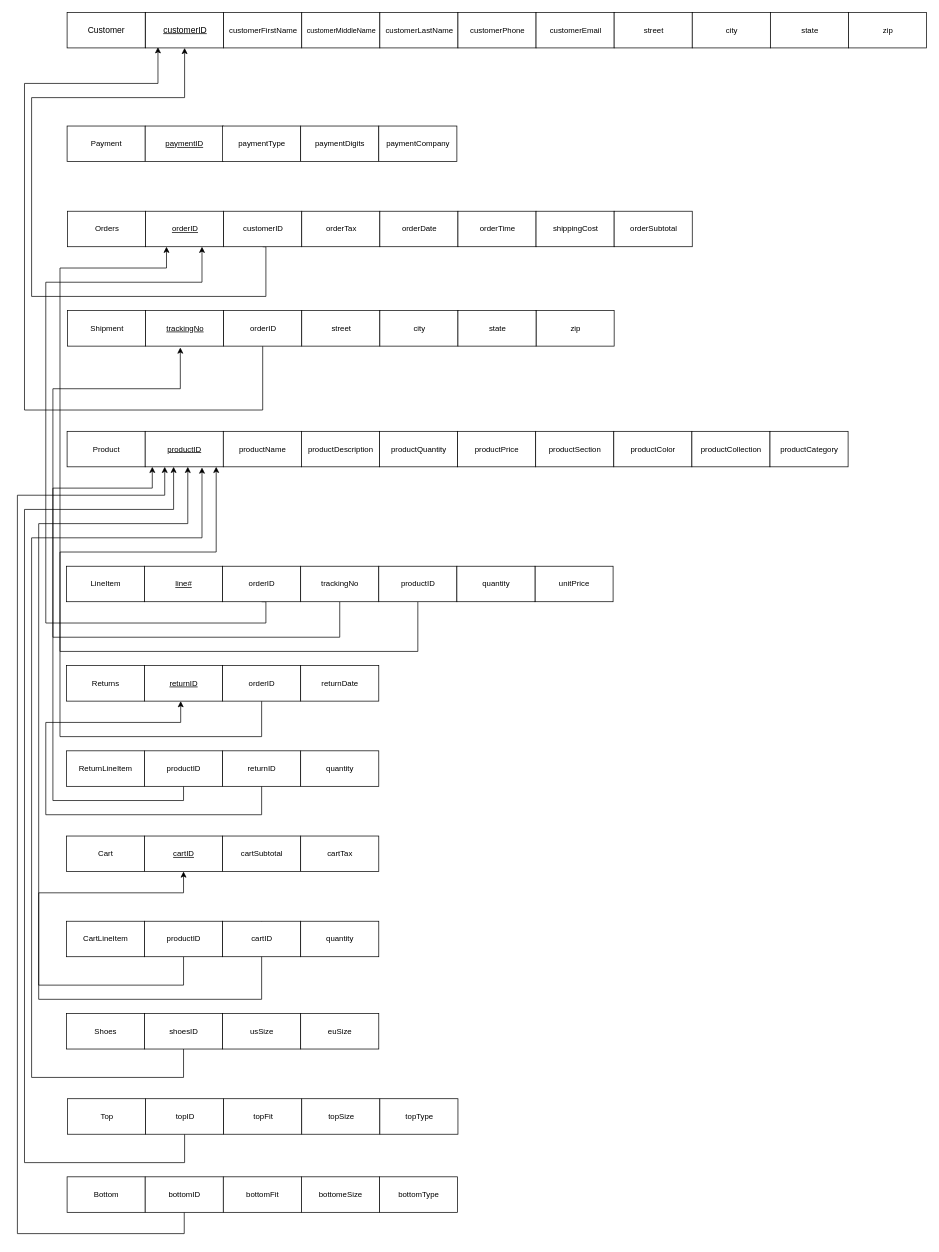
Before: Referential Integrity Diagram V2.drawio in avivfaraj/INFO605-Project, a draw.io diagram. Source tidied: cells renumbered, new cells numbered last; positions are measured from the earlier drawing's top-left corner, leaving out a move shared by most shapes. Both pictures are drawn from the tidied source at 71%, with x=0, y=0 at pixel (17, 12).
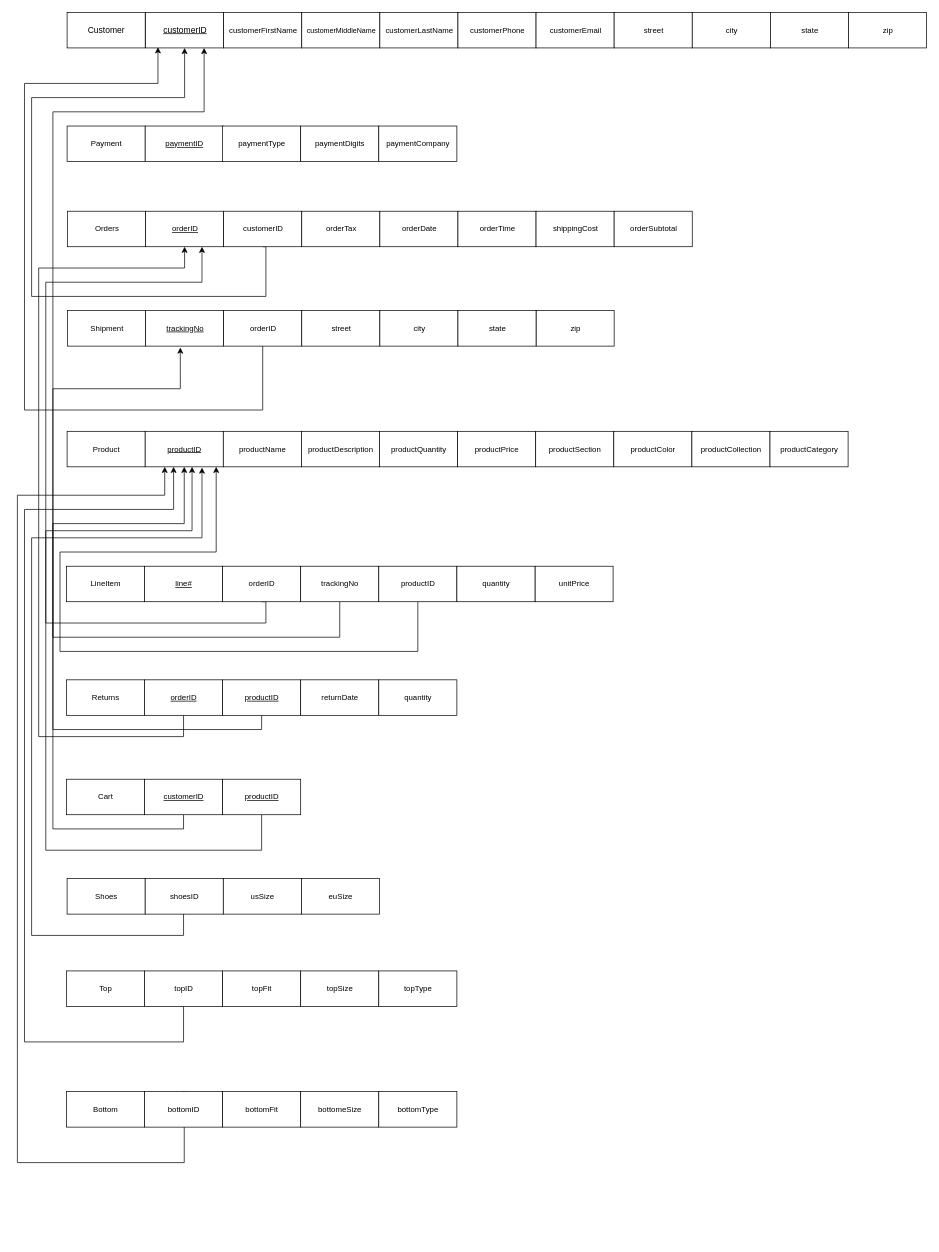
The same diagram, later.

Unchanged cells that the change refers to:
```xml
<mxCell id="3" value="&lt;u&gt;customerID&lt;/u&gt;" style="html=1;" parent="1" vertex="1">
  <mxGeometry x="180.5" width="110" height="50" as="geometry" />
</mxCell>
<mxCell id="19" value="&lt;u&gt;orderID&lt;/u&gt;" style="html=1;fontSize=11;" parent="1" vertex="1">
  <mxGeometry x="180.5" y="280" width="110" height="50" as="geometry" />
</mxCell>
<mxCell id="80" value="&lt;u&gt;productID&lt;/u&gt;" style="html=1;fontSize=11;" parent="1" vertex="1">
  <mxGeometry x="180" y="590" width="110" height="50" as="geometry" />
</mxCell>
```

Diff of the diagram source:
```diff
@@
     <mxCell id="45" value="Returns" style="html=1;fontSize=11;" parent="1" vertex="1">
-      <mxGeometry x="69" y="920" width="110" height="50" as="geometry" />
+      <mxGeometry x="69" y="940" width="110" height="50" as="geometry" />
     </mxCell>
+    <mxCell id="93" style="edgeStyle=orthogonalEdgeStyle;rounded=0;jettySize=auto;html=1;exitX=0.5;exitY=1;exitDx=0;exitDy=0;entryX=0.5;entryY=1;entryDx=0;entryDy=0;" parent="1" edge="1" source="46" target="19">
+      <mxGeometry relative="1" as="geometry">
+        <Array as="points">
+          <mxPoint x="234" y="1020" />
+          <mxPoint x="30" y="1020" />
+          <mxPoint x="30" y="360" />
+          <mxPoint x="236" y="360" />
+        </Array>
+      </mxGeometry>
+    </mxCell>
-    <mxCell id="46" value="&lt;u&gt;returnID&lt;/u&gt;" style="html=1;fontSize=11;" parent="1" vertex="1">
-      <mxGeometry x="179" y="920" width="110" height="50" as="geometry" />
+    <mxCell id="46" value="&lt;u&gt;orderID&lt;/u&gt;" style="html=1;fontSize=11;" parent="1" vertex="1">
+      <mxGeometry x="179" y="940" width="110" height="50" as="geometry" />
     </mxCell>
-    <mxCell id="47" style="edgeStyle=orthogonalEdgeStyle;rounded=0;jettySize=auto;html=1;exitX=0.5;exitY=1;exitDx=0;exitDy=0;" parent="1" edge="1" source="48" target="19">
-      <mxGeometry relative="1" as="geometry">
-        <Array as="points">
-          <mxPoint x="344" y="1020" />
-          <mxPoint x="60" y="1020" />
-          <mxPoint x="60" y="360" />
-          <mxPoint x="210" y="360" />
-        </Array>
-      </mxGeometry>
-    </mxCell>
+    <mxCell id="94" style="edgeStyle=orthogonalEdgeStyle;rounded=0;jettySize=auto;html=1;exitX=0.5;exitY=1;exitDx=0;exitDy=0;entryX=0.5;entryY=1;entryDx=0;entryDy=0;" parent="1" edge="1" source="48" target="80">
+      <mxGeometry relative="1" as="geometry">
+        <Array as="points">
+          <mxPoint x="344" y="1010" />
+          <mxPoint x="50" y="1010" />
+          <mxPoint x="50" y="720" />
+          <mxPoint x="235" y="720" />
+        </Array>
+      </mxGeometry>
+    </mxCell>
-    <mxCell id="48" value="orderID" style="html=1;fontSize=11;" parent="1" vertex="1">
-      <mxGeometry x="289" y="920" width="110" height="50" as="geometry" />
+    <mxCell id="48" value="&lt;u&gt;productID&lt;/u&gt;" style="html=1;fontSize=11;" parent="1" vertex="1">
+      <mxGeometry x="289" y="940" width="110" height="50" as="geometry" />
     </mxCell>
     <mxCell id="49" value="returnDate" style="html=1;fontSize=11;" parent="1" vertex="1">
-      <mxGeometry x="399" y="920" width="110" height="50" as="geometry" />
+      <mxGeometry x="399" y="940" width="110" height="50" as="geometry" />
     </mxCell>
-    <mxCell id="50" value="ReturnLineItem" style="html=1;fontSize=11;" parent="1" vertex="1">
-      <mxGeometry x="69" y="1040" width="110" height="50" as="geometry" />
-    </mxCell>
-    <mxCell id="51" style="edgeStyle=orthogonalEdgeStyle;rounded=0;jettySize=auto;html=1;exitX=0.5;exitY=1;exitDx=0;exitDy=0;" parent="1" edge="1" source="52" target="80">
-      <mxGeometry relative="1" as="geometry">
-        <Array as="points">
-          <mxPoint x="234" y="1110" />
-          <mxPoint x="50" y="1110" />
-          <mxPoint x="50" y="670" />
-          <mxPoint x="190" y="670" />
-        </Array>
-      </mxGeometry>
-    </mxCell>
-    <mxCell id="52" value="productID" style="html=1;fontSize=11;" parent="1" vertex="1">
-      <mxGeometry x="179" y="1040" width="110" height="50" as="geometry" />
-    </mxCell>
-    <mxCell id="53" style="edgeStyle=orthogonalEdgeStyle;rounded=0;jettySize=auto;html=1;exitX=0.5;exitY=1;exitDx=0;exitDy=0;" parent="1" edge="1" source="54" target="46">
-      <mxGeometry relative="1" as="geometry">
-        <Array as="points">
-          <mxPoint x="344" y="1130" />
-          <mxPoint x="40" y="1130" />
-          <mxPoint x="40" y="1000" />
-          <mxPoint x="230" y="1000" />
-        </Array>
-      </mxGeometry>
-    </mxCell>
-    <mxCell id="54" value="returnID" style="html=1;fontSize=11;" parent="1" vertex="1">
-      <mxGeometry x="289" y="1040" width="110" height="50" as="geometry" />
-    </mxCell>
-    <mxCell id="55" value="quantity" style="html=1;fontSize=11;" parent="1" vertex="1">
-      <mxGeometry x="399" y="1040" width="110" height="50" as="geometry" />
-    </mxCell>
-    <mxCell id="56" value="CartLineItem" style="html=1;fontSize=11;" parent="1" vertex="1">
-      <mxGeometry x="69" y="1280" width="110" height="50" as="geometry" />
-    </mxCell>
-    <mxCell id="57" style="edgeStyle=orthogonalEdgeStyle;rounded=0;jettySize=auto;html=1;exitX=0.5;exitY=1;exitDx=0;exitDy=0;" parent="1" edge="1" source="58">
-      <mxGeometry relative="1" as="geometry">
-        <mxPoint x="240" y="640" as="targetPoint" />
-        <Array as="points">
-          <mxPoint x="234" y="1370" />
-          <mxPoint x="30" y="1370" />
-          <mxPoint x="30" y="720" />
-          <mxPoint x="240" y="720" />
-        </Array>
-      </mxGeometry>
-    </mxCell>
-    <mxCell id="58" value="productID" style="html=1;fontSize=11;" parent="1" vertex="1">
-      <mxGeometry x="179" y="1280" width="110" height="50" as="geometry" />
-    </mxCell>
-    <mxCell id="59" style="edgeStyle=orthogonalEdgeStyle;rounded=0;jettySize=auto;html=1;exitX=0.5;exitY=0;exitDx=0;exitDy=0;entryX=0.5;entryY=1;entryDx=0;entryDy=0;" parent="1" edge="1" source="60" target="90">
-      <mxGeometry relative="1" as="geometry">
-        <Array as="points">
-          <mxPoint x="344" y="1390" />
-          <mxPoint x="30" y="1390" />
-          <mxPoint x="30" y="1240" />
-          <mxPoint x="234" y="1240" />
-        </Array>
-      </mxGeometry>
-    </mxCell>
-    <mxCell id="60" value="cartID" style="html=1;fontSize=11;" parent="1" vertex="1">
-      <mxGeometry x="289" y="1280" width="110" height="50" as="geometry" />
-    </mxCell>
-    <mxCell id="61" value="quantity" style="html=1;fontSize=11;" parent="1" vertex="1">
-      <mxGeometry x="399" y="1280" width="110" height="50" as="geometry" />
-    </mxCell>
     <mxCell id="62" value="Shoes" style="html=1;fontSize=11;" parent="1" vertex="1">
-      <mxGeometry x="69" y="1410" width="110" height="50" as="geometry" />
+      <mxGeometry x="70" y="1220" width="110" height="50" as="geometry" />
     </mxCell>
     <mxCell id="63" style="edgeStyle=orthogonalEdgeStyle;rounded=0;jettySize=auto;html=1;exitX=0.5;exitY=1;exitDx=0;exitDy=0;" parent="1" edge="1" source="64">
       <mxGeometry relative="1" as="geometry">
         <mxPoint x="260" y="641" as="targetPoint" />
         <Array as="points">
-          <mxPoint x="234" y="1500" />
-          <mxPoint x="20" y="1500" />
+          <mxPoint x="235" y="1240" />
+          <mxPoint x="234" y="1240" />
+          <mxPoint x="234" y="1300" />
+          <mxPoint x="20" y="1300" />
           <mxPoint x="20" y="740" />
           <mxPoint x="260" y="740" />
         </Array>
       </mxGeometry>
     </mxCell>
     <mxCell id="64" value="shoesID" style="html=1;fontSize=11;" parent="1" vertex="1">
-      <mxGeometry x="179" y="1410" width="110" height="50" as="geometry" />
+      <mxGeometry x="180" y="1220" width="110" height="50" as="geometry" />
     </mxCell>
     <mxCell id="65" value="usSize" style="html=1;fontSize=11;" parent="1" vertex="1">
-      <mxGeometry x="289" y="1410" width="110" height="50" as="geometry" />
+      <mxGeometry x="290" y="1220" width="110" height="50" as="geometry" />
     </mxCell>
     <mxCell id="66" value="euSize" style="html=1;fontSize=11;" parent="1" vertex="1">
-      <mxGeometry x="399" y="1410" width="110" height="50" as="geometry" />
+      <mxGeometry x="400" y="1220" width="110" height="50" as="geometry" />
     </mxCell>
     <mxCell id="67" value="Top" style="html=1;fontSize=11;" parent="1" vertex="1">
-      <mxGeometry x="70.5" y="1530" width="110" height="50" as="geometry" />
+      <mxGeometry x="69" y="1350" width="110" height="50" as="geometry" />
     </mxCell>
     <mxCell id="68" style="edgeStyle=orthogonalEdgeStyle;rounded=0;jettySize=auto;html=1;exitX=0.5;exitY=1;exitDx=0;exitDy=0;" parent="1" edge="1" source="69" target="80">
       <mxGeometry relative="1" as="geometry">
         <Array as="points">
-          <mxPoint x="236" y="1620" />
-          <mxPoint x="10" y="1620" />
+          <mxPoint x="234" y="1450" />
+          <mxPoint x="10" y="1450" />
           <mxPoint x="10" y="700" />
           <mxPoint x="220" y="700" />
         </Array>
       </mxGeometry>
     </mxCell>
     <mxCell id="69" value="topID" style="html=1;fontSize=11;" parent="1" vertex="1">
-      <mxGeometry x="180.5" y="1530" width="110" height="50" as="geometry" />
+      <mxGeometry x="179" y="1350" width="110" height="50" as="geometry" />
     </mxCell>
     <mxCell id="70" value="topFit" style="html=1;fontSize=11;" parent="1" vertex="1">
-      <mxGeometry x="290.5" y="1530" width="110" height="50" as="geometry" />
+      <mxGeometry x="289" y="1350" width="110" height="50" as="geometry" />
     </mxCell>
     <mxCell id="71" value="topSize" style="html=1;fontSize=11;" parent="1" vertex="1">
-      <mxGeometry x="400.5" y="1530" width="110" height="50" as="geometry" />
+      <mxGeometry x="399" y="1350" width="110" height="50" as="geometry" />
     </mxCell>
     <mxCell id="72" value="topType" style="html=1;fontSize=11;" parent="1" vertex="1">
-      <mxGeometry x="510.5" y="1530" width="110" height="50" as="geometry" />
+      <mxGeometry x="509" y="1350" width="110" height="50" as="geometry" />
     </mxCell>
     <mxCell id="73" value="Bottom" style="html=1;fontSize=11;" parent="1" vertex="1">
-      <mxGeometry x="70" y="1640" width="110" height="50" as="geometry" />
+      <mxGeometry x="69" y="1520" width="110" height="50" as="geometry" />
     </mxCell>
     <mxCell id="74" style="edgeStyle=orthogonalEdgeStyle;rounded=0;jettySize=auto;html=1;exitX=0.5;exitY=1;exitDx=0;exitDy=0;entryX=0.25;entryY=1;entryDx=0;entryDy=0;" parent="1" edge="1" source="75" target="80">
       <mxGeometry relative="1" as="geometry">
         <Array as="points">
-          <mxPoint x="235" y="1720" />
-          <mxPoint y="1720" />
+          <mxPoint x="234" y="1520" />
+          <mxPoint x="235" y="1520" />
+          <mxPoint x="235" y="1620" />
+          <mxPoint y="1620" />
           <mxPoint y="680" />
           <mxPoint x="208" y="680" />
         </Array>
       </mxGeometry>
     </mxCell>
     <mxCell id="75" value="bottomID" style="html=1;fontSize=11;" parent="1" vertex="1">
-      <mxGeometry x="180" y="1640" width="110" height="50" as="geometry" />
+      <mxGeometry x="179" y="1520" width="110" height="50" as="geometry" />
     </mxCell>
     <mxCell id="76" value="bottomFit" style="html=1;fontSize=11;" parent="1" vertex="1">
-      <mxGeometry x="290" y="1640" width="110" height="50" as="geometry" />
+      <mxGeometry x="289" y="1520" width="110" height="50" as="geometry" />
     </mxCell>
     <mxCell id="77" value="bottomeSize" style="html=1;fontSize=11;" parent="1" vertex="1">
-      <mxGeometry x="400" y="1640" width="110" height="50" as="geometry" />
+      <mxGeometry x="399" y="1520" width="110" height="50" as="geometry" />
     </mxCell>
     <mxCell id="78" value="bottomType" style="html=1;fontSize=11;" parent="1" vertex="1">
-      <mxGeometry x="510" y="1640" width="110" height="50" as="geometry" />
+      <mxGeometry x="509" y="1520" width="110" height="50" as="geometry" />
     </mxCell>
@@
     <mxCell id="89" value="Cart" style="html=1;fontSize=11;" parent="1" vertex="1">
-      <mxGeometry x="69" y="1160" width="110" height="50" as="geometry" />
+      <mxGeometry x="69" y="1080" width="110" height="50" as="geometry" />
     </mxCell>
+    <mxCell id="95" style="edgeStyle=orthogonalEdgeStyle;rounded=0;jettySize=auto;html=1;exitX=0.5;exitY=1;exitDx=0;exitDy=0;entryX=0.75;entryY=1;entryDx=0;entryDy=0;" parent="1" edge="1" source="90" target="3">
+      <mxGeometry relative="1" as="geometry">
+        <Array as="points">
+          <mxPoint x="234" y="1150" />
+          <mxPoint x="50" y="1150" />
+          <mxPoint x="50" y="140" />
+          <mxPoint x="263" y="140" />
+        </Array>
+      </mxGeometry>
+    </mxCell>
-    <mxCell id="90" value="&lt;u&gt;cartID&lt;/u&gt;" style="html=1;fontSize=11;" parent="1" vertex="1">
-      <mxGeometry x="179" y="1160" width="110" height="50" as="geometry" />
+    <mxCell id="90" value="&lt;u&gt;customerID&lt;/u&gt;" style="html=1;fontSize=11;" parent="1" vertex="1">
+      <mxGeometry x="179" y="1080" width="110" height="50" as="geometry" />
     </mxCell>
+    <mxCell id="96" style="edgeStyle=orthogonalEdgeStyle;rounded=0;jettySize=auto;html=1;exitX=0.5;exitY=1;exitDx=0;exitDy=0;" parent="1" edge="1" source="91">
+      <mxGeometry relative="1" as="geometry">
+        <mxPoint x="246" y="640" as="targetPoint" />
+        <Array as="points">
+          <mxPoint x="344" y="1180" />
+          <mxPoint x="40" y="1180" />
+          <mxPoint x="40" y="730" />
+          <mxPoint x="246" y="730" />
+        </Array>
+      </mxGeometry>
+    </mxCell>
-    <mxCell id="91" value="cartSubtotal" style="html=1;fontSize=11;" parent="1" vertex="1">
-      <mxGeometry x="289" y="1160" width="110" height="50" as="geometry" />
+    <mxCell id="91" value="&lt;u&gt;productID&lt;/u&gt;" style="html=1;fontSize=11;" parent="1" vertex="1">
+      <mxGeometry x="289" y="1080" width="110" height="50" as="geometry" />
     </mxCell>
-    <mxCell id="92" value="cartTax" style="html=1;fontSize=11;" parent="1" vertex="1">
-      <mxGeometry x="399" y="1160" width="110" height="50" as="geometry" />
-    </mxCell>
+    <mxCell id="97" value="quantity" style="html=1;fontSize=11;" parent="1" vertex="1">
+      <mxGeometry x="509" y="940" width="110" height="50" as="geometry" />
+    </mxCell>
```
